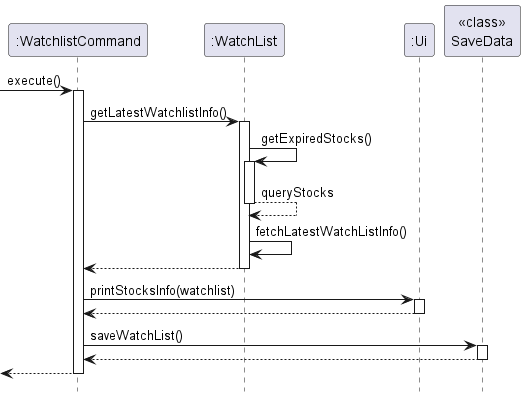
This is docs/images/investments/watchlistSequence.png from nus-cs2113-AY2324S1/tp, a PlantUML export, as it was before one commit.
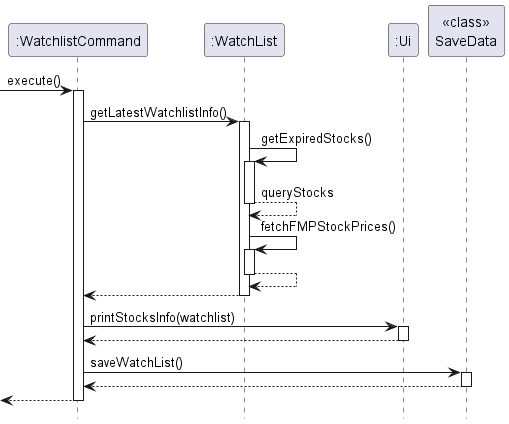
The same file after the commit.

Change to the diagram source:
```diff
@@ -12,7 +12,9 @@
         WatchList -> WatchList : getExpiredStocks()
         activate WatchList
         return queryStocks
-        WatchList -> WatchList : fetchLatestWatchListInfo()
+        WatchList -> WatchList : fetchFMPStockPrices()
+        activate WatchList
+        return
     return
     WatchListCommand -> Ui: printStocksInfo(watchlist)
     activate Ui
```
